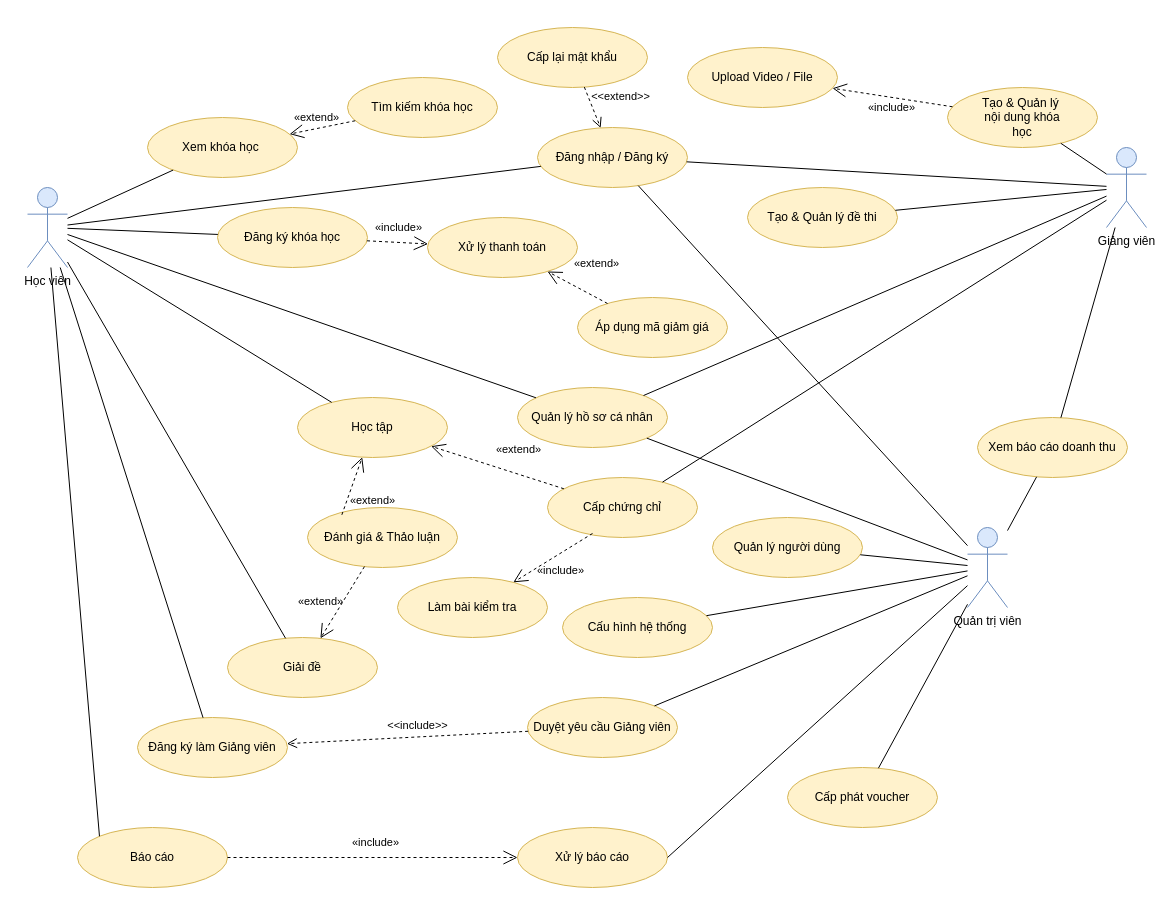
The draw.io diagram SystemDescription/Edumy_System_Usecase.drawio in EdumyVietNam/bussiness-diagram, before the edit. Source tidied: cells renumbered, new cells numbered last; positions are measured from the earlier drawing's top-left corner, leaving out a move shared by most shapes. Both pictures are drawn from the tidied source at 100%, with x=0, y=0 at pixel (27, 27).
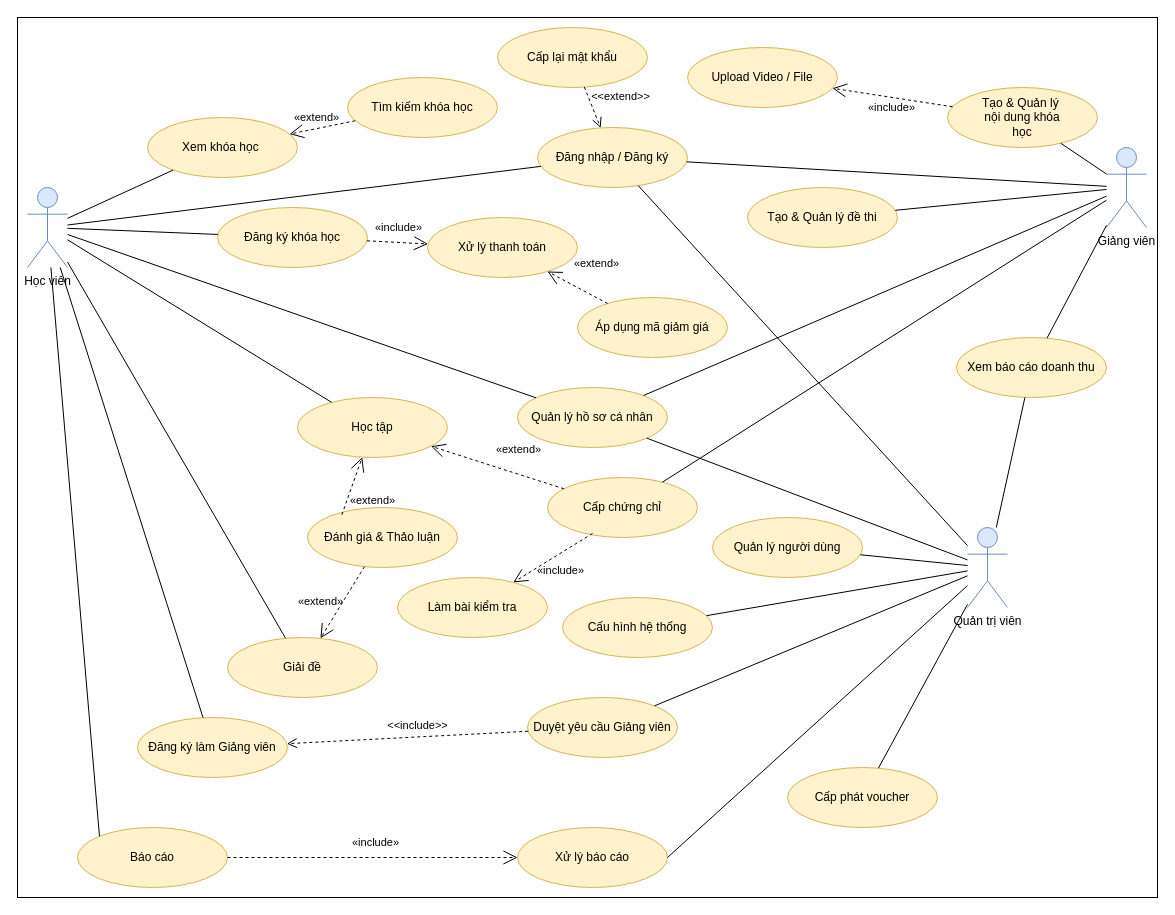
The same diagram, later.

Change to the diagram source:
```diff
@@
+    <mxCell id="62" style="rounded=0;whiteSpace=wrap;html=1;" parent="1" vertex="1">
+      <mxGeometry x="-10" y="-10" width="1140" height="880" as="geometry" />
+    </mxCell>
@@
     <mxCell id="49" value="Xem báo cáo doanh thu" style="ellipse;whiteSpace=wrap;html=1;fillColor=#fff2cc;strokeColor=#d6b656;" parent="1" vertex="1">
-      <mxGeometry x="950" y="390" width="150" height="60" as="geometry" />
+      <mxGeometry x="929" y="310" width="150" height="60" as="geometry" />
     </mxCell>
```
